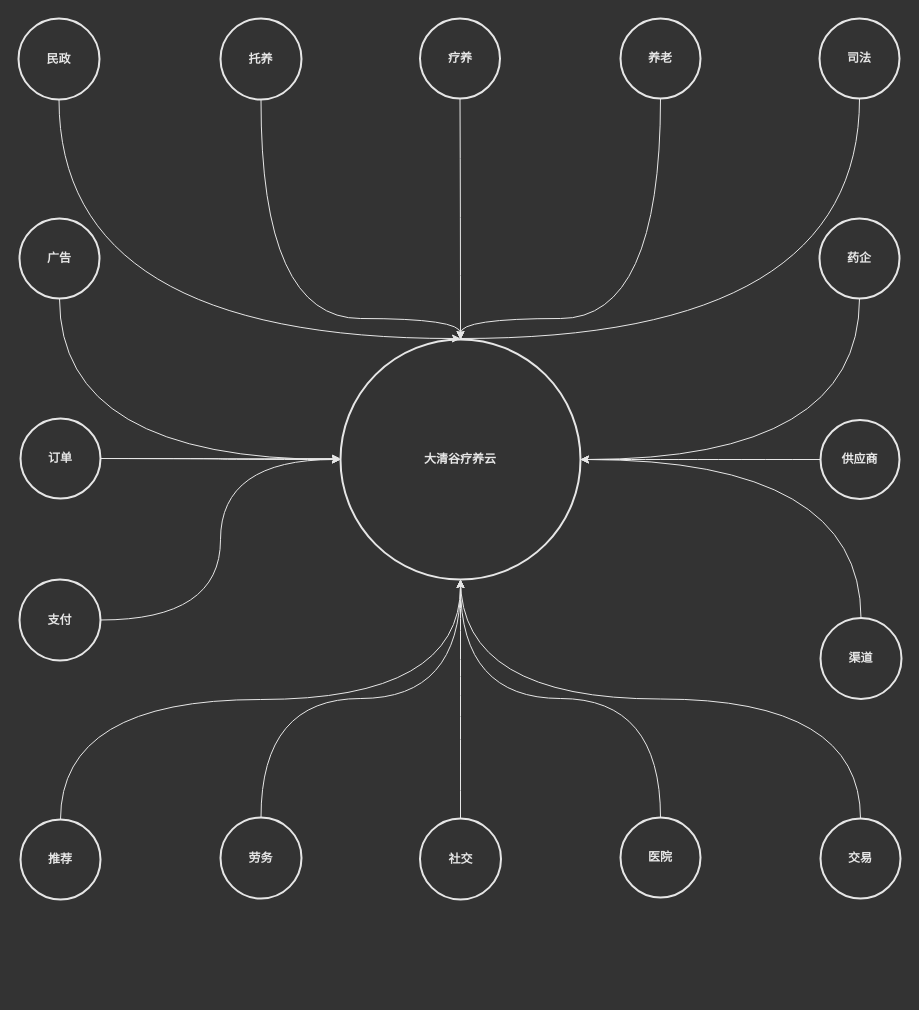
This is page "20220819092652" (2 of 3) of src/work/wyjz/daqinggu/dqg_overview.drawio from ab-doc/draw.io, a draw.io file, before an edit. Source tidied: cells renumbered, new cells numbered last; positions are measured from the earlier drawing's top-left corner, leaving out a move shared by most shapes. Both pictures are drawn from the tidied source at 100%, with x=0, y=0 at pixel (18, 18).
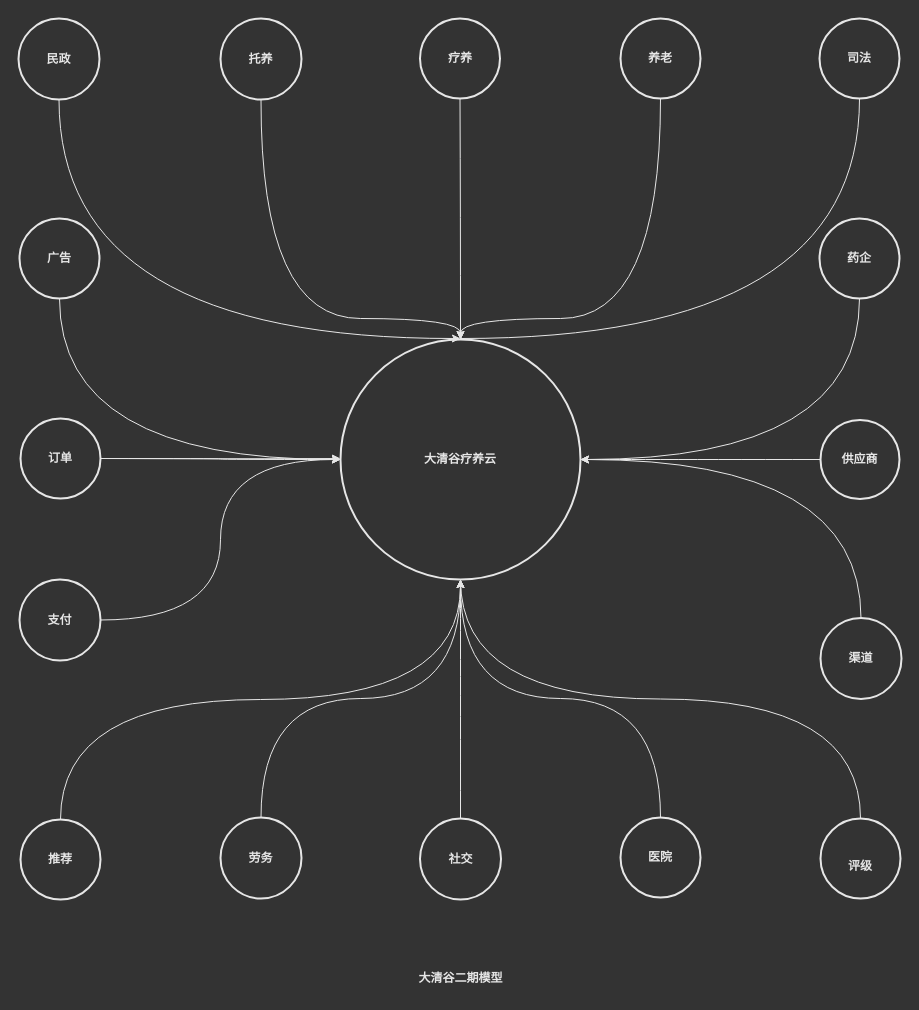
After the change.

What changed in the source:
```diff
@@
-    <mxCell id="23" value="&lt;font color=&quot;#e6e6e6&quot;&gt;&lt;b&gt;交易&lt;/b&gt;&lt;/font&gt;" style="ellipse;whiteSpace=wrap;html=1;strokeColor=#E6E6E6;strokeWidth=2;fillColor=none;" parent="1" vertex="1">
+    <mxCell id="23" value="&lt;font color=&quot;#e6e6e6&quot;&gt;&lt;b&gt;&lt;br&gt;评级&lt;/b&gt;&lt;/font&gt;" style="ellipse;whiteSpace=wrap;html=1;strokeColor=#E6E6E6;strokeWidth=2;fillColor=none;" parent="1" vertex="1">
       <mxGeometry x="802" y="800" width="80" height="80" as="geometry" />
     </mxCell>
@@
+    <mxCell id="36" value="&lt;b&gt;&lt;font color=&quot;#e6e6e6&quot;&gt;大清谷二期模型&lt;/font&gt;&lt;/b&gt;" style="text;html=1;align=center;verticalAlign=middle;strokeColor=none;fillColor=none;" parent="1" vertex="1">
+      <mxGeometry x="387" y="945" width="110" height="30" as="geometry" />
+    </mxCell>
```
